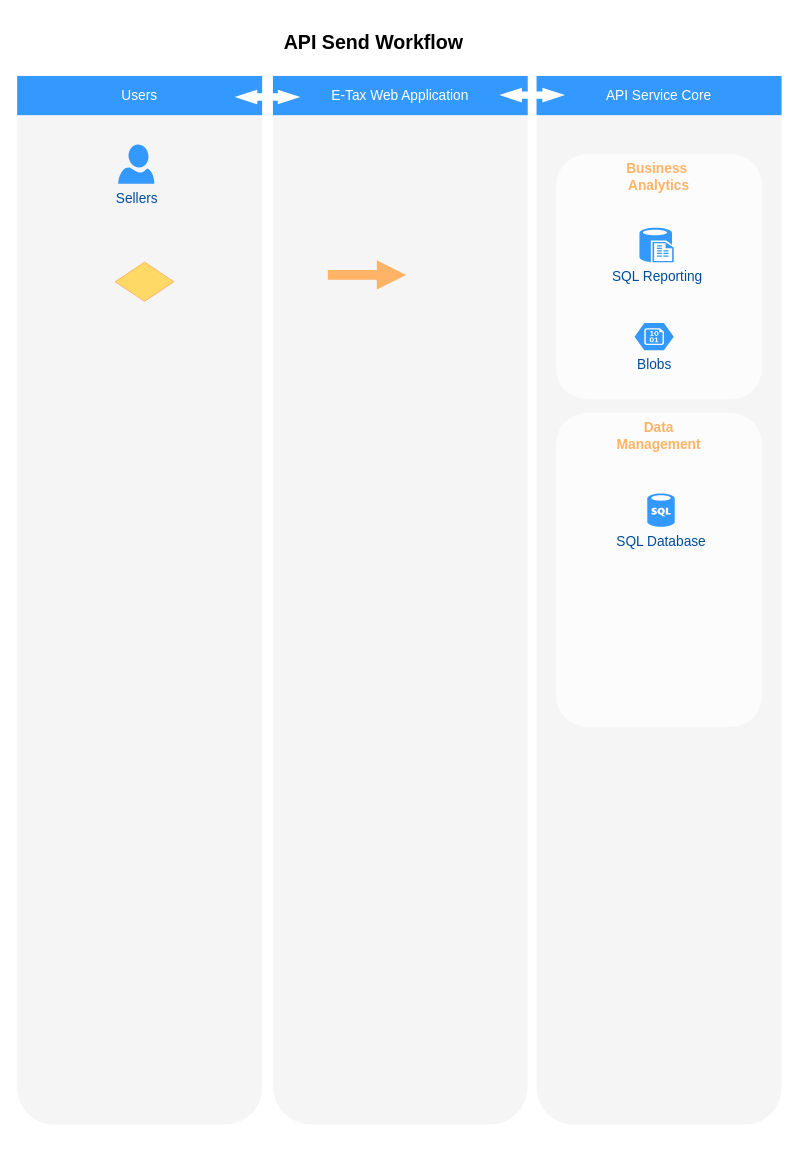
nirawat/eTax keeps this draw.io diagram as API Send Workflow.drawio. Above is the earlier version. Source tidied: cells renumbered, new cells numbered last; positions are measured from the earlier drawing's top-left corner, leaving out a move shared by most shapes. Both pictures are drawn from the tidied source at 98%, with x=0, y=0 at pixel (17, 17).
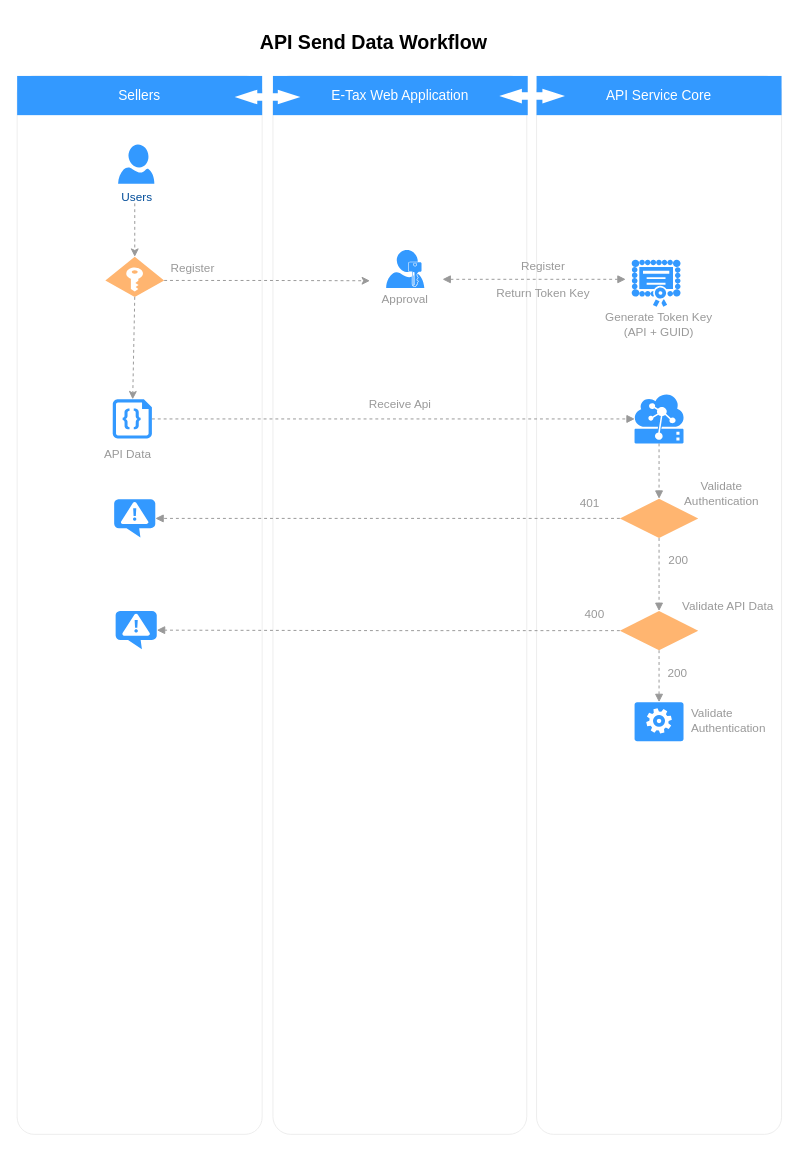
The same page after the edit.

The edit, as a diff of the source:
```diff
@@
-    <mxCell id="2" style="rounded=1;whiteSpace=wrap;html=1;dashed=1;strokeColor=none;strokeWidth=2;fillColor=#F5F5F5;fontFamily=Verdana;fontSize=12;fontColor=#00BEF2;" parent="1" vertex="1">
-      <mxGeometry y="60" width="250" height="1070" as="geometry" />
-    </mxCell>
-    <mxCell id="3" style="rounded=1;whiteSpace=wrap;html=1;dashed=1;strokeColor=none;strokeWidth=2;fillColor=#F5F5F5;fontFamily=Verdana;fontSize=12;fontColor=#00BEF2;" parent="1" vertex="1">
-      <mxGeometry x="261" y="60" width="260" height="1070" as="geometry" />
-    </mxCell>
-    <mxCell id="4" style="rounded=1;whiteSpace=wrap;html=1;dashed=1;strokeColor=none;strokeWidth=2;fillColor=#F5F5F5;fontFamily=Verdana;fontSize=12;fontColor=#00BEF2;" parent="1" vertex="1">
-      <mxGeometry x="530" y="60" width="250" height="1070" as="geometry" />
-    </mxCell>
+    <mxCell id="19" style="rounded=1;whiteSpace=wrap;html=1;strokeColor=#E6E6E6;strokeWidth=1;fillColor=#FFFFFF;fontFamily=Helvetica;fontSize=14;fontColor=#FFB366;opacity=75;verticalAlign=top;fontStyle=1;arcSize=7;" parent="1" vertex="1">
+      <mxGeometry x="530" y="60" width="250" height="1080" as="geometry" />
+    </mxCell>
+    <mxCell id="20" style="rounded=1;whiteSpace=wrap;html=1;strokeColor=#E6E6E6;strokeWidth=1;fillColor=#FFFFFF;fontFamily=Helvetica;fontSize=14;fontColor=#FFB366;opacity=75;verticalAlign=top;fontStyle=1;arcSize=7;" parent="1" vertex="1">
+      <mxGeometry x="261" y="60" width="259" height="1080" as="geometry" />
+    </mxCell>
+    <mxCell id="21" style="rounded=1;whiteSpace=wrap;html=1;strokeColor=#E6E6E6;strokeWidth=1;fillColor=#FFFFFF;fontFamily=Helvetica;fontSize=14;fontColor=#FFB366;opacity=75;verticalAlign=top;fontStyle=1;arcSize=7;" parent="1" vertex="1">
+      <mxGeometry y="60" width="250" height="1080" as="geometry" />
+    </mxCell>
-    <mxCell id="5" value="Users" style="whiteSpace=wrap;html=1;dashed=1;strokeColor=none;strokeWidth=2;fillColor=#3399FF;fontFamily=Helvetica;fontSize=14;fontColor=#FFFFFF;fontStyle=0;" parent="1" vertex="1">
+    <mxCell id="5" value="Sellers" style="whiteSpace=wrap;html=1;dashed=1;strokeColor=none;strokeWidth=2;fillColor=#3399FF;fontFamily=Helvetica;fontSize=14;fontColor=#FFFFFF;fontStyle=0;" parent="1" vertex="1">
       <mxGeometry y="60" width="250" height="40" as="geometry" />
     </mxCell>
@@
     <mxCell id="8" style="shape=mxgraph.arrows.two_way_arrow_horizontal;html=1;verticalLabelPosition=bottom;verticalAlign=top;strokeWidth=2;strokeColor=none;dashed=1;fillColor=#FFFFFF;fontFamily=Verdana;fontSize=12;fontColor=#00BEF2;" parent="1" vertex="1">
-      <mxGeometry x="492" y="72" width="67" height="15" as="geometry" />
+      <mxGeometry x="492" y="73" width="67" height="15" as="geometry" />
     </mxCell>
-    <mxCell id="9" value="Sellers" style="verticalLabelPosition=bottom;html=1;verticalAlign=top;strokeColor=none;fillColor=#3399FF;shape=mxgraph.azure.user;dashed=1;fontSize=14;fontColor=#004C99;" parent="1" vertex="1">
+    <mxCell id="9" value="Users" style="verticalLabelPosition=bottom;html=1;verticalAlign=top;strokeColor=none;fillColor=#3399FF;shape=mxgraph.azure.user;dashed=1;fontSize=12;fontColor=#004C99;" parent="1" vertex="1">
       <mxGeometry x="103" y="130" width="37" height="40" as="geometry" />
     </mxCell>
-    <mxCell id="10" value="Business&amp;nbsp;&lt;div&gt;Analytics&lt;/div&gt;" style="rounded=1;whiteSpace=wrap;html=1;dashed=1;strokeColor=none;strokeWidth=2;fillColor=#FFFFFF;fontFamily=Helvetica;fontSize=14;fontColor=#FFB366;opacity=75;verticalAlign=top;fontStyle=1;" parent="1" vertex="1">
-      <mxGeometry x="550" y="140" width="210" height="250" as="geometry" />
-    </mxCell>
-    <mxCell id="11" value="Data&lt;div&gt;Management&lt;/div&gt;" style="rounded=1;whiteSpace=wrap;html=1;dashed=1;strokeColor=none;strokeWidth=2;fillColor=#FFFFFF;fontFamily=Helvetica;fontSize=14;fontColor=#FFB366;opacity=75;verticalAlign=top;fontStyle=1;" parent="1" vertex="1">
-      <mxGeometry x="550" y="404" width="210" height="320" as="geometry" />
-    </mxCell>
-    <mxCell id="12" value="SQL Reporting" style="verticalLabelPosition=bottom;html=1;verticalAlign=top;strokeColor=none;fillColor=#3399FF;shape=mxgraph.azure.sql_reporting;dashed=1;fontSize=14;fontColor=#004C99;" parent="1" vertex="1">
-      <mxGeometry x="635" y="215" width="35" height="35" as="geometry" />
-    </mxCell>
-    <mxCell id="13" value="SQL Database" style="verticalLabelPosition=bottom;html=1;verticalAlign=top;strokeColor=none;fillColor=#3399FF;shape=mxgraph.azure.sql_database;dashed=1;fontFamily=Helvetica;fontSize=14;fontColor=#004C99;" parent="1" vertex="1">
-      <mxGeometry x="643" y="486" width="28" height="34" as="geometry" />
-    </mxCell>
-    <mxCell id="14" value="Blobs" style="verticalLabelPosition=bottom;html=1;verticalAlign=top;strokeColor=none;fillColor=#3399FF;shape=mxgraph.azure.storage_blob;dashed=1;fontFamily=Helvetica;fontSize=14;fontColor=#004C99;" parent="1" vertex="1">
-      <mxGeometry x="630" y="312" width="40" height="28" as="geometry" />
-    </mxCell>
-    <mxCell id="15" style="arrow;html=1;endArrow=block;endFill=1;strokeColor=none;strokeWidth=4;fontFamily=Helvetica;fontSize=36;fontColor=#FFB366;fillColor=#FFB366;opacity=100;" parent="1" edge="1">
-      <mxGeometry relative="1" as="geometry">
-        <mxPoint x="317" y="263" as="sourcePoint" />
-        <mxPoint x="397" y="263" as="targetPoint" />
-      </mxGeometry>
-    </mxCell>
-    <mxCell id="16" value="API Send Workflow" style="text;html=1;strokeColor=none;fillColor=none;align=center;verticalAlign=middle;whiteSpace=wrap;rounded=0;fontStyle=1;fontSize=20;" parent="1" vertex="1">
+    <mxCell id="16" value="API Send Data Workflow" style="text;html=1;strokeColor=none;fillColor=none;align=center;verticalAlign=middle;whiteSpace=wrap;rounded=0;fontStyle=1;fontSize=20;" parent="1" vertex="1">
       <mxGeometry x="233.5" width="260" height="50" as="geometry" />
     </mxCell>
@@
-    <mxCell id="18" style="rhombus;whiteSpace=wrap;html=1;fontSize=14;fillColor=#FFD966;strokeColor=#FFB570;" parent="1" vertex="1">
-      <mxGeometry x="100" y="250" width="60" height="40" as="geometry" />
-    </mxCell>
+    <mxCell id="22" style="edgeStyle=orthogonalEdgeStyle;rounded=0;jettySize=auto;html=1;exitX=1;exitY=0.59;exitDx=0;exitDy=0;exitPerimeter=0;fontSize=14;strokeColor=#999999;dashed=1;" parent="1" edge="1" source="23">
+      <mxGeometry relative="1" as="geometry">
+        <mxPoint x="360" y="269" as="targetPoint" />
+      </mxGeometry>
+    </mxCell>
+    <mxCell id="23" style="shadow=0;dashed=0;html=1;strokeColor=none;fillColor=#FFB570;labelPosition=center;verticalLabelPosition=bottom;verticalAlign=top;align=center;shape=mxgraph.azure.access_control;fontSize=14;" parent="1" vertex="1">
+      <mxGeometry x="90" y="244.5" width="60" height="41" as="geometry" />
+    </mxCell>
+    <mxCell id="24" style="group;" parent="1" vertex="1">
+      <mxGeometry x="336" y="237.5" width="120" height="60.5" as="geometry" />
+    </mxCell>
+    <mxCell id="25" style="shadow=0;dashed=0;html=1;strokeColor=none;labelPosition=center;verticalLabelPosition=bottom;verticalAlign=top;align=center;shape=mxgraph.mscae.enterprise.user_permissions;fillColor=#3399FF;fontSize=14;" parent="24" vertex="1">
+      <mxGeometry x="40.5" width="39" height="39" as="geometry" />
+    </mxCell>
+    <mxCell id="26" value="&lt;font color=&quot;#999999&quot; style=&quot;font-size: 12px&quot;&gt;Approval&lt;/font&gt;" style="text;html=1;strokeColor=none;fillColor=none;align=center;verticalAlign=middle;whiteSpace=wrap;rounded=0;fontSize=12;" parent="24" vertex="1">
+      <mxGeometry y="40.5" width="120" height="20" as="geometry" />
+    </mxCell>
+    <mxCell id="27" style="edgeStyle=orthogonalEdgeStyle;rounded=0;orthogonalLoop=1;jettySize=auto;html=1;entryX=0;entryY=0.45;entryDx=0;entryDy=0;entryPerimeter=0;strokeColor=#999999;fontSize=14;endArrow=block;endFill=1;startArrow=block;startFill=1;dashed=1;" parent="1" edge="1">
+      <mxGeometry relative="1" as="geometry">
+        <mxPoint x="434" y="267.5" as="sourcePoint" />
+        <mxPoint x="621" y="267.5" as="targetPoint" />
+      </mxGeometry>
+    </mxCell>
+    <mxCell id="28" value="Return Token Key" style="text;html=1;strokeColor=none;fillColor=none;align=center;verticalAlign=middle;whiteSpace=wrap;rounded=0;fontSize=12;fontColor=#999999;" parent="1" vertex="1">
+      <mxGeometry x="480" y="271.5" width="114" height="20" as="geometry" />
+    </mxCell>
+    <mxCell id="29" value="Register" style="text;html=1;strokeColor=none;fillColor=none;align=center;verticalAlign=middle;whiteSpace=wrap;rounded=0;fontSize=12;fontColor=#999999;" parent="1" vertex="1">
+      <mxGeometry x="480" y="244.5" width="114" height="20" as="geometry" />
+    </mxCell>
+    <mxCell id="30" style="group;" parent="1" vertex="1">
+      <mxGeometry x="598" y="247.5" width="114" height="81" as="geometry" />
+    </mxCell>
+    <mxCell id="31" style="shadow=0;dashed=0;html=1;strokeColor=none;labelPosition=center;verticalLabelPosition=bottom;verticalAlign=top;align=center;shape=mxgraph.mscae.intune.inventory_license;fillColor=#3399FF;fontSize=14;" parent="30" vertex="1">
+      <mxGeometry x="29" width="50" height="48" as="geometry" />
+    </mxCell>
+    <mxCell id="32" value="Generate Token Key&lt;br&gt;(API + GUID)&lt;br&gt;" style="text;html=1;strokeColor=none;fillColor=none;align=center;verticalAlign=middle;whiteSpace=wrap;rounded=0;fontSize=12;fontColor=#999999;" parent="30" vertex="1">
+      <mxGeometry y="51" width="114" height="30" as="geometry" />
+    </mxCell>
+    <mxCell id="33" value="Register" style="text;html=1;strokeColor=none;fillColor=none;align=left;verticalAlign=middle;whiteSpace=wrap;rounded=0;fontSize=12;fontColor=#999999;" parent="1" vertex="1">
+      <mxGeometry x="155" y="247" width="114" height="20" as="geometry" />
+    </mxCell>
+    <mxCell id="34" style="endArrow=classic;html=1;strokeColor=#999999;fontSize=12;fontColor=#999999;entryX=0.5;entryY=0;entryDx=0;entryDy=0;entryPerimeter=0;dashed=1;" parent="1" edge="1" target="23">
+      <mxGeometry relative="1" as="geometry">
+        <mxPoint x="120" y="190" as="sourcePoint" />
+      </mxGeometry>
+    </mxCell>
+    <mxCell id="35" style="endArrow=classic;html=1;strokeColor=#999999;fontSize=12;fontColor=#999999;exitX=0.5;exitY=1;exitDx=0;exitDy=0;exitPerimeter=0;dashed=1;" parent="1" edge="1" source="23" target="38">
+      <mxGeometry relative="1" as="geometry" />
+    </mxCell>
+    <mxCell id="36" style="group;" parent="1" vertex="1">
+      <mxGeometry x="86.5" y="370" width="67" height="86" as="geometry" />
+    </mxCell>
+    <mxCell id="37" value="API Data" style="text;html=1;strokeColor=none;fillColor=none;align=left;verticalAlign=middle;whiteSpace=wrap;rounded=0;fontSize=12;fontColor=#999999;rotation=0;" parent="36" vertex="1">
+      <mxGeometry y="66" width="67" height="20" as="geometry" />
+    </mxCell>
+    <mxCell id="38" style="verticalLabelPosition=bottom;html=1;verticalAlign=top;align=center;strokeColor=none;fillColor=#3399FF;shape=mxgraph.azure.code_file;fontSize=12;fontColor=#999999;" parent="36" vertex="1">
+      <mxGeometry x="11" y="20" width="40" height="40" as="geometry" />
+    </mxCell>
+    <mxCell id="39" style="edgeStyle=orthogonalEdgeStyle;rounded=0;jettySize=auto;html=1;exitX=0.5;exitY=1;exitDx=0;exitDy=0;exitPerimeter=0;entryX=0.5;entryY=0;entryDx=0;entryDy=0;startArrow=none;startFill=0;endArrow=block;endFill=1;strokeColor=#999999;fontSize=12;fontColor=#999999;dashed=1;" parent="1" edge="1" source="40" target="45">
+      <mxGeometry relative="1" as="geometry" />
+    </mxCell>
+    <mxCell id="40" style="shadow=0;dashed=0;html=1;strokeColor=none;labelPosition=center;verticalLabelPosition=bottom;verticalAlign=top;align=center;shape=mxgraph.mscae.cloud.iot_edge;fillColor=#3399FF;fontSize=12;fontColor=#999999;" parent="1" vertex="1">
+      <mxGeometry x="630" y="385" width="50" height="50" as="geometry" />
+    </mxCell>
+    <mxCell id="41" style="edgeStyle=orthogonalEdgeStyle;rounded=1;jettySize=auto;html=1;exitX=1;exitY=0.5;exitDx=0;exitDy=0;exitPerimeter=0;entryX=0.005;entryY=0.5;entryDx=0;entryDy=0;entryPerimeter=0;startArrow=none;startFill=0;endArrow=block;endFill=1;strokeColor=#999999;fontSize=12;fontColor=#999999;dashed=1;" parent="1" edge="1" source="38" target="40">
+      <mxGeometry relative="1" as="geometry" />
+    </mxCell>
+    <mxCell id="42" value="Receive Api" style="text;html=1;strokeColor=none;fillColor=none;align=center;verticalAlign=middle;whiteSpace=wrap;rounded=0;fontSize=12;fontColor=#999999;" parent="1" vertex="1">
+      <mxGeometry x="333.5" y="385" width="114" height="20" as="geometry" />
+    </mxCell>
+    <mxCell id="43" style="edgeStyle=orthogonalEdgeStyle;rounded=1;jettySize=auto;html=1;exitX=0;exitY=0.5;exitDx=0;exitDy=0;entryX=1;entryY=0.5;entryDx=0;entryDy=0;entryPerimeter=0;startArrow=none;startFill=0;endArrow=block;endFill=1;strokeColor=#999999;fontSize=12;fontColor=#999999;dashed=1;" parent="1" edge="1" source="45" target="57">
+      <mxGeometry relative="1" as="geometry" />
+    </mxCell>
+    <mxCell id="44" style="edgeStyle=orthogonalEdgeStyle;rounded=0;jettySize=auto;html=1;exitX=0.5;exitY=1;exitDx=0;exitDy=0;entryX=0.5;entryY=0;entryDx=0;entryDy=0;startArrow=none;startFill=0;endArrow=block;endFill=1;strokeColor=#999999;fontSize=12;fontColor=#999999;dashed=1;" parent="1" edge="1" source="45" target="54">
+      <mxGeometry relative="1" as="geometry" />
+    </mxCell>
+    <mxCell id="45" style="rhombus;whiteSpace=wrap;html=1;strokeColor=none;strokeWidth=1;fillColor=#FFB570;fontSize=12;fontColor=#999999;align=left;" parent="1" vertex="1">
+      <mxGeometry x="615" y="491.5" width="80" height="40" as="geometry" />
+    </mxCell>
+    <mxCell id="46" value="401" style="text;html=1;strokeColor=none;fillColor=none;align=center;verticalAlign=middle;whiteSpace=wrap;rounded=0;fontSize=12;fontColor=#999999;" parent="1" vertex="1">
+      <mxGeometry x="559" y="486" width="51" height="20" as="geometry" />
+    </mxCell>
+    <mxCell id="47" value="200" style="text;html=1;strokeColor=none;fillColor=none;align=left;verticalAlign=middle;whiteSpace=wrap;rounded=0;fontSize=12;fontColor=#999999;" parent="1" vertex="1">
+      <mxGeometry x="663" y="544" width="64" height="20" as="geometry" />
+    </mxCell>
+    <mxCell id="48" style="verticalLabelPosition=bottom;html=1;verticalAlign=top;align=center;strokeColor=none;fillColor=#3399FF;shape=mxgraph.azure.worker_role;fontSize=12;fontColor=#999999;" parent="1" vertex="1">
+      <mxGeometry x="630" y="699" width="50" height="40" as="geometry" />
+    </mxCell>
+    <mxCell id="49" value="Validate Authentication" style="text;html=1;strokeColor=none;fillColor=none;align=center;verticalAlign=middle;whiteSpace=wrap;rounded=0;fontSize=12;fontColor=#999999;" parent="1" vertex="1">
+      <mxGeometry x="662" y="471.5" width="114" height="29" as="geometry" />
+    </mxCell>
+    <mxCell id="50" value="Validate API Data" style="text;html=1;strokeColor=none;fillColor=none;align=left;verticalAlign=middle;whiteSpace=wrap;rounded=0;fontSize=12;fontColor=#999999;" parent="1" vertex="1">
+      <mxGeometry x="677" y="586" width="103" height="29" as="geometry" />
+    </mxCell>
+    <mxCell id="51" value="Validate Authentication" style="text;html=1;strokeColor=none;fillColor=none;align=left;verticalAlign=middle;whiteSpace=wrap;rounded=0;fontSize=12;fontColor=#999999;" parent="1" vertex="1">
+      <mxGeometry x="686" y="703" width="97" height="29" as="geometry" />
+    </mxCell>
+    <mxCell id="52" style="edgeStyle=orthogonalEdgeStyle;rounded=1;jettySize=auto;html=1;exitX=0;exitY=0.5;exitDx=0;exitDy=0;entryX=1;entryY=0.5;entryDx=0;entryDy=0;entryPerimeter=0;startArrow=none;startFill=0;endArrow=block;endFill=1;strokeColor=#999999;fontSize=12;fontColor=#999999;dashed=1;" parent="1" edge="1" source="54" target="58">
+      <mxGeometry relative="1" as="geometry" />
+    </mxCell>
+    <mxCell id="53" style="edgeStyle=orthogonalEdgeStyle;rounded=0;jettySize=auto;html=1;exitX=0.5;exitY=1;exitDx=0;exitDy=0;entryX=0.5;entryY=0;entryDx=0;entryDy=0;entryPerimeter=0;startArrow=none;startFill=0;endArrow=block;endFill=1;strokeColor=#999999;fontSize=12;fontColor=#999999;dashed=1;" parent="1" edge="1" source="54" target="48">
+      <mxGeometry relative="1" as="geometry" />
+    </mxCell>
+    <mxCell id="54" style="rhombus;whiteSpace=wrap;html=1;strokeColor=none;strokeWidth=1;fillColor=#FFB570;fontSize=12;fontColor=#999999;align=left;" parent="1" vertex="1">
+      <mxGeometry x="615" y="606" width="80" height="40" as="geometry" />
+    </mxCell>
+    <mxCell id="55" value="400" style="text;html=1;strokeColor=none;fillColor=none;align=center;verticalAlign=middle;whiteSpace=wrap;rounded=0;fontSize=12;fontColor=#999999;" parent="1" vertex="1">
+      <mxGeometry x="564" y="600" width="51" height="20" as="geometry" />
+    </mxCell>
+    <mxCell id="56" value="200" style="text;html=1;strokeColor=none;fillColor=none;align=left;verticalAlign=middle;whiteSpace=wrap;rounded=0;fontSize=12;fontColor=#999999;" parent="1" vertex="1">
+      <mxGeometry x="662" y="660" width="64" height="20" as="geometry" />
+    </mxCell>
+    <mxCell id="57" style="verticalLabelPosition=bottom;html=1;verticalAlign=top;align=center;strokeColor=none;fillColor=#3399FF;shape=mxgraph.azure.notification_topic;fontSize=12;fontColor=#999999;" parent="1" vertex="1">
+      <mxGeometry x="99" y="492" width="42" height="39" as="geometry" />
+    </mxCell>
+    <mxCell id="58" style="verticalLabelPosition=bottom;html=1;verticalAlign=top;align=center;strokeColor=none;fillColor=#3399FF;shape=mxgraph.azure.notification_topic;fontSize=12;fontColor=#999999;" parent="1" vertex="1">
+      <mxGeometry x="100.5" y="606" width="42" height="39" as="geometry" />
+    </mxCell>
```
